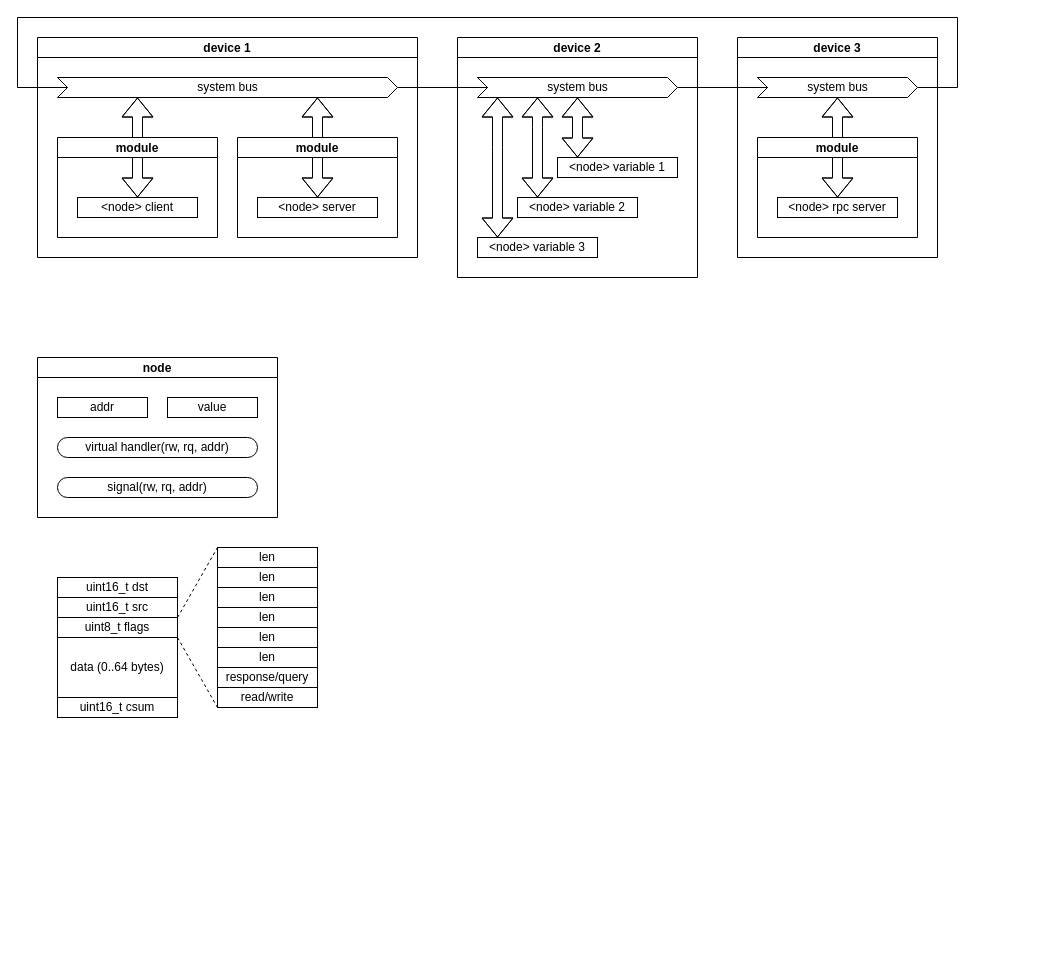
The draw.io diagram page "system bus" (3 of 3) of docs/diagrams_src.drawio in korrmet/ytk, before the edit. Source tidied: cells renumbered, new cells numbered last; positions are measured from the earlier drawing's top-left corner, leaving out a move shared by most shapes. Both pictures are drawn from the tidied source at 100%, with x=0, y=0 at pixel (17, 17).
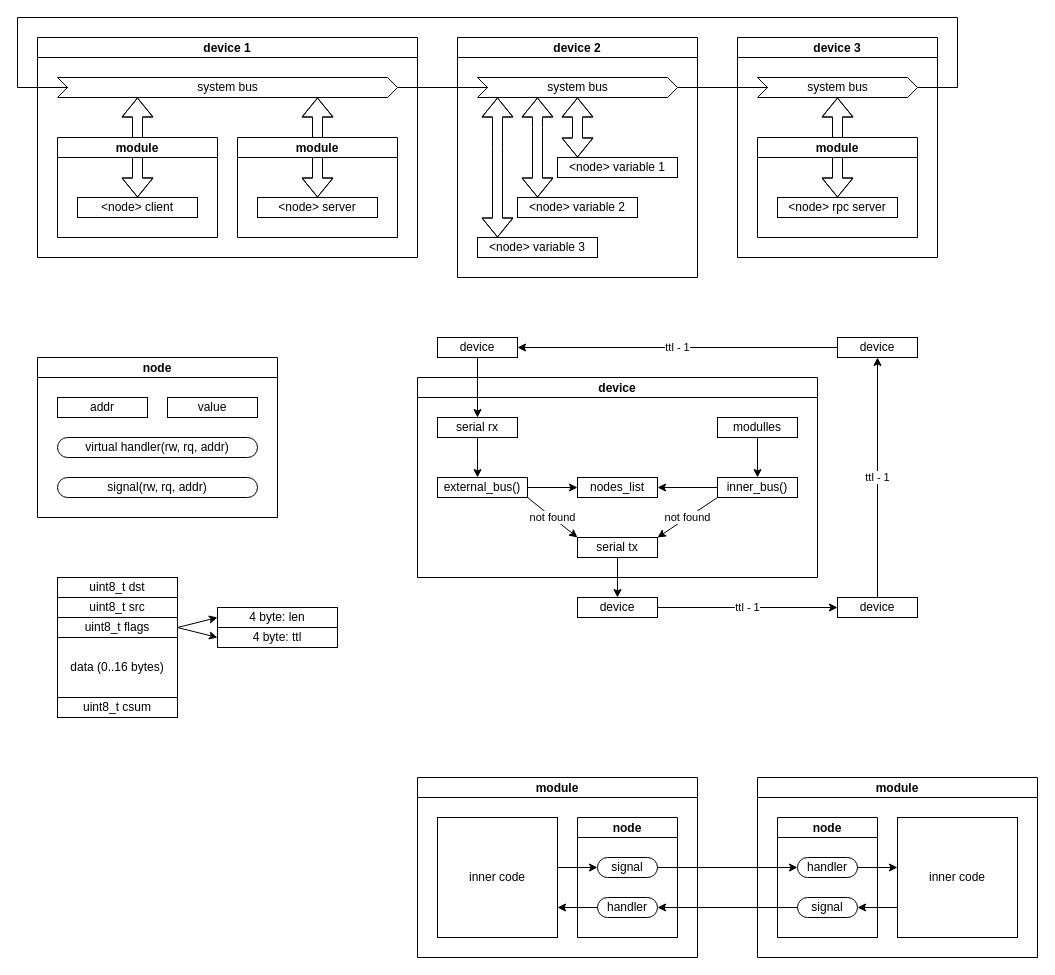
The same diagram, later.

What changed in the source:
```diff
@@
-    <mxCell id="31" value="uint16_t dst" style="rounded=0;whiteSpace=wrap;html=1;fontFamily=Iosevka;" parent="1" vertex="1">
+    <mxCell id="31" value="uint8_t dst" style="rounded=0;whiteSpace=wrap;html=1;fontFamily=Iosevka;" parent="1" vertex="1">
       <mxGeometry x="40" y="560" width="120" height="20" as="geometry" />
     </mxCell>
-    <mxCell id="32" value="uint16_t src" style="rounded=0;whiteSpace=wrap;html=1;fontFamily=Iosevka;" parent="1" vertex="1">
+    <mxCell id="32" value="uint8_t src" style="rounded=0;whiteSpace=wrap;html=1;fontFamily=Iosevka;" parent="1" vertex="1">
       <mxGeometry x="40" y="580" width="120" height="20" as="geometry" />
     </mxCell>
-    <mxCell id="33" value="uint8_t flags" style="rounded=0;whiteSpace=wrap;html=1;fontFamily=Iosevka;" parent="1" vertex="1">
-      <mxGeometry x="40" y="600" width="120" height="20" as="geometry" />
-    </mxCell>
-    <mxCell id="34" value="len" style="rounded=0;whiteSpace=wrap;html=1;fontFamily=Iosevka;" parent="1" vertex="1">
-      <mxGeometry x="200" y="530" width="100" height="20" as="geometry" />
-    </mxCell>
-    <mxCell id="35" value="len" style="rounded=0;whiteSpace=wrap;html=1;fontFamily=Iosevka;" parent="1" vertex="1">
-      <mxGeometry x="200" y="550" width="100" height="20" as="geometry" />
-    </mxCell>
-    <mxCell id="36" value="len" style="rounded=0;whiteSpace=wrap;html=1;fontFamily=Iosevka;" parent="1" vertex="1">
-      <mxGeometry x="200" y="570" width="100" height="20" as="geometry" />
-    </mxCell>
-    <mxCell id="37" value="len" style="rounded=0;whiteSpace=wrap;html=1;fontFamily=Iosevka;" parent="1" vertex="1">
-      <mxGeometry x="200" y="590" width="100" height="20" as="geometry" />
-    </mxCell>
-    <mxCell id="38" value="len" style="rounded=0;whiteSpace=wrap;html=1;fontFamily=Iosevka;" parent="1" vertex="1">
-      <mxGeometry x="200" y="610" width="100" height="20" as="geometry" />
-    </mxCell>
-    <mxCell id="39" value="len" style="rounded=0;whiteSpace=wrap;html=1;fontFamily=Iosevka;" parent="1" vertex="1">
-      <mxGeometry x="200" y="630" width="100" height="20" as="geometry" />
-    </mxCell>
-    <mxCell id="40" value="response/query" style="rounded=0;whiteSpace=wrap;html=1;fontFamily=Iosevka;" parent="1" vertex="1">
-      <mxGeometry x="200" y="650" width="100" height="20" as="geometry" />
-    </mxCell>
-    <mxCell id="41" value="read/write" style="rounded=0;whiteSpace=wrap;html=1;fontFamily=Iosevka;" parent="1" vertex="1">
-      <mxGeometry x="200" y="670" width="100" height="20" as="geometry" />
-    </mxCell>
-    <mxCell id="42" style="endArrow=none;dashed=1;html=1;rounded=0;fontFamily=Iosevka;entryX=0;entryY=0;entryDx=0;entryDy=0;exitX=1;exitY=0;exitDx=0;exitDy=0;" parent="1" edge="1" source="33" target="34">
-      <mxGeometry relative="1" as="geometry" />
-    </mxCell>
-    <mxCell id="43" style="endArrow=none;dashed=1;html=1;rounded=0;fontFamily=Iosevka;entryX=0;entryY=1;entryDx=0;entryDy=0;exitX=1;exitY=1;exitDx=0;exitDy=0;" parent="1" edge="1" source="33" target="41">
-      <mxGeometry relative="1" as="geometry" />
-    </mxCell>
-    <mxCell id="44" value="data (0..64 bytes)" style="rounded=0;whiteSpace=wrap;html=1;fontFamily=Iosevka;" parent="1" vertex="1">
+    <mxCell id="44" value="data (0..16 bytes)" style="rounded=0;whiteSpace=wrap;html=1;fontFamily=Iosevka;" parent="1" vertex="1">
       <mxGeometry x="40" y="620" width="120" height="60" as="geometry" />
     </mxCell>
-    <mxCell id="45" value="uint16_t csum" style="rounded=0;whiteSpace=wrap;html=1;fontFamily=Iosevka;" parent="1" vertex="1">
+    <mxCell id="45" value="uint8_t csum" style="rounded=0;whiteSpace=wrap;html=1;fontFamily=Iosevka;" parent="1" vertex="1">
       <mxGeometry x="40" y="680" width="120" height="20" as="geometry" />
     </mxCell>
+    <mxCell id="46" value="module" style="swimlane;startSize=20;fontFamily=Iosevka;" parent="1" vertex="1">
+      <mxGeometry x="400" y="760" width="280" height="180" as="geometry" />
+    </mxCell>
+    <mxCell id="47" value="node" style="swimlane;startSize=20;fontFamily=Iosevka;" parent="46" vertex="1">
+      <mxGeometry x="160" y="40" width="100" height="120" as="geometry" />
+    </mxCell>
+    <mxCell id="48" value="signal" style="rounded=1;whiteSpace=wrap;html=1;arcSize=50;fontFamily=Iosevka;" parent="47" vertex="1">
+      <mxGeometry x="20" y="40" width="60" height="20" as="geometry" />
+    </mxCell>
+    <mxCell id="49" value="handler" style="rounded=1;whiteSpace=wrap;html=1;arcSize=50;fontFamily=Iosevka;" parent="47" vertex="1">
+      <mxGeometry x="20" y="80" width="60" height="20" as="geometry" />
+    </mxCell>
+    <mxCell id="50" value="inner code" style="rounded=0;whiteSpace=wrap;html=1;fontFamily=Iosevka;" parent="46" vertex="1">
+      <mxGeometry x="20" y="40" width="120" height="120" as="geometry" />
+    </mxCell>
+    <mxCell id="51" style="endArrow=classic;html=1;rounded=0;edgeStyle=elbowEdgeStyle;elbow=vertical;fontFamily=Iosevka;" parent="46" edge="1" source="50" target="48">
+      <mxGeometry relative="1" as="geometry" />
+    </mxCell>
+    <mxCell id="52" style="endArrow=classic;html=1;rounded=0;edgeStyle=elbowEdgeStyle;elbow=vertical;fontFamily=Iosevka;" parent="46" edge="1" source="49" target="50">
+      <mxGeometry relative="1" as="geometry" />
+    </mxCell>
+    <mxCell id="53" value="module" style="swimlane;startSize=20;fontFamily=Iosevka;" parent="1" vertex="1">
+      <mxGeometry x="740" y="760" width="280" height="180" as="geometry" />
+    </mxCell>
+    <mxCell id="54" value="node" style="swimlane;startSize=20;fontFamily=Iosevka;" parent="53" vertex="1">
+      <mxGeometry x="20" y="40" width="100" height="120" as="geometry" />
+    </mxCell>
+    <mxCell id="55" value="signal" style="rounded=1;whiteSpace=wrap;html=1;arcSize=50;fontFamily=Iosevka;" parent="54" vertex="1">
+      <mxGeometry x="20" y="80" width="60" height="20" as="geometry" />
+    </mxCell>
+    <mxCell id="56" value="handler" style="rounded=1;whiteSpace=wrap;html=1;arcSize=50;fontFamily=Iosevka;" parent="54" vertex="1">
+      <mxGeometry x="20" y="40" width="60" height="20" as="geometry" />
+    </mxCell>
+    <mxCell id="57" value="inner code" style="rounded=0;whiteSpace=wrap;html=1;fontFamily=Iosevka;" parent="53" vertex="1">
+      <mxGeometry x="140" y="40" width="120" height="120" as="geometry" />
+    </mxCell>
+    <mxCell id="58" style="endArrow=classic;html=1;rounded=0;edgeStyle=elbowEdgeStyle;elbow=vertical;fontFamily=Iosevka;" parent="53" edge="1" source="57" target="55">
+      <mxGeometry relative="1" as="geometry" />
+    </mxCell>
+    <mxCell id="59" style="endArrow=classic;html=1;rounded=0;edgeStyle=elbowEdgeStyle;elbow=vertical;fontFamily=Iosevka;" parent="53" edge="1" source="56" target="57">
+      <mxGeometry relative="1" as="geometry" />
+    </mxCell>
+    <mxCell id="60" style="endArrow=classic;html=1;rounded=0;fontFamily=Iosevka;" parent="1" edge="1" source="48" target="56">
+      <mxGeometry relative="1" as="geometry" />
+    </mxCell>
+    <mxCell id="61" style="endArrow=classic;html=1;rounded=0;fontFamily=Iosevka;" parent="1" edge="1" source="55" target="49">
+      <mxGeometry relative="1" as="geometry" />
+    </mxCell>
+    <mxCell id="62" value="device" style="swimlane;startSize=20;fontFamily=Iosevka;" parent="1" vertex="1">
+      <mxGeometry x="400" y="360" width="400" height="200" as="geometry" />
+    </mxCell>
+    <mxCell id="63" value="serial rx" style="rounded=0;whiteSpace=wrap;html=1;fontFamily=Iosevka;" parent="62" vertex="1">
+      <mxGeometry x="20" y="40" width="80" height="20" as="geometry" />
+    </mxCell>
+    <mxCell id="64" value="serial tx" style="rounded=0;whiteSpace=wrap;html=1;fontFamily=Iosevka;" parent="62" vertex="1">
+      <mxGeometry x="160" y="160" width="80" height="20" as="geometry" />
+    </mxCell>
+    <mxCell id="65" value="external_bus()" style="rounded=0;whiteSpace=wrap;html=1;fontFamily=Iosevka;" parent="62" vertex="1">
+      <mxGeometry x="20" y="100" width="90" height="20" as="geometry" />
+    </mxCell>
+    <mxCell id="66" value="nodes_list" style="rounded=0;whiteSpace=wrap;html=1;fontFamily=Iosevka;" parent="62" vertex="1">
+      <mxGeometry x="160" y="100" width="80" height="20" as="geometry" />
+    </mxCell>
+    <mxCell id="67" value="inner_bus()" style="rounded=0;whiteSpace=wrap;html=1;fontFamily=Iosevka;" parent="62" vertex="1">
+      <mxGeometry x="300" y="100" width="80" height="20" as="geometry" />
+    </mxCell>
+    <mxCell id="68" value="modulles" style="rounded=0;whiteSpace=wrap;html=1;fontFamily=Iosevka;" parent="62" vertex="1">
+      <mxGeometry x="300" y="40" width="80" height="20" as="geometry" />
+    </mxCell>
+    <mxCell id="69" style="endArrow=classic;html=1;rounded=0;fontFamily=Iosevka;edgeStyle=elbowEdgeStyle;" parent="62" edge="1" source="63" target="65">
+      <mxGeometry relative="1" as="geometry" />
+    </mxCell>
+    <mxCell id="70" style="endArrow=classic;html=1;rounded=0;fontFamily=Iosevka;" parent="62" edge="1" source="65" target="66">
+      <mxGeometry relative="1" as="geometry" />
+    </mxCell>
+    <mxCell id="71" style="endArrow=classic;html=1;rounded=0;fontFamily=Iosevka;" parent="62" edge="1" source="67" target="66">
+      <mxGeometry relative="1" as="geometry" />
+    </mxCell>
+    <mxCell id="72" style="endArrow=classic;html=1;rounded=0;fontFamily=Iosevka;" parent="62" edge="1" source="68" target="67">
+      <mxGeometry relative="1" as="geometry" />
+    </mxCell>
+    <mxCell id="73" value="not found" style="endArrow=classic;html=1;rounded=0;entryX=1;entryY=0;entryDx=0;entryDy=0;exitX=0;exitY=1;exitDx=0;exitDy=0;fontFamily=Iosevka;" parent="62" edge="1" source="67" target="64">
+      <mxGeometry relative="1" as="geometry" />
+    </mxCell>
+    <mxCell id="74" value="not found" style="endArrow=classic;html=1;rounded=0;entryX=0;entryY=0;entryDx=0;entryDy=0;exitX=1;exitY=1;exitDx=0;exitDy=0;fontFamily=Iosevka;" parent="62" edge="1" source="65" target="64">
+      <mxGeometry relative="1" as="geometry" />
+    </mxCell>
+    <mxCell id="75" value="device" style="rounded=0;whiteSpace=wrap;html=1;fontFamily=Iosevka;" parent="1" vertex="1">
+      <mxGeometry x="420" y="320" width="80" height="20" as="geometry" />
+    </mxCell>
+    <mxCell id="76" value="device" style="rounded=0;whiteSpace=wrap;html=1;fontFamily=Iosevka;" parent="1" vertex="1">
+      <mxGeometry x="560" y="580" width="80" height="20" as="geometry" />
+    </mxCell>
+    <mxCell id="77" style="endArrow=classic;html=1;rounded=0;fontFamily=Iosevka;" parent="1" edge="1" source="75" target="63">
+      <mxGeometry relative="1" as="geometry" />
+    </mxCell>
+    <mxCell id="78" style="endArrow=classic;html=1;rounded=0;fontFamily=Iosevka;" parent="1" edge="1" source="64" target="76">
+      <mxGeometry relative="1" as="geometry" />
+    </mxCell>
+    <mxCell id="79" value="device" style="rounded=0;whiteSpace=wrap;html=1;fontFamily=Iosevka;" parent="1" vertex="1">
+      <mxGeometry x="820" y="580" width="80" height="20" as="geometry" />
+    </mxCell>
+    <mxCell id="80" value="device" style="rounded=0;whiteSpace=wrap;html=1;fontFamily=Iosevka;" parent="1" vertex="1">
+      <mxGeometry x="820" y="320" width="80" height="20" as="geometry" />
+    </mxCell>
+    <mxCell id="81" value="ttl - 1" style="endArrow=classic;html=1;rounded=0;fontFamily=Iosevka;" parent="1" edge="1" source="76" target="79">
+      <mxGeometry relative="1" as="geometry" />
+    </mxCell>
+    <mxCell id="82" value="ttl - 1" style="endArrow=classic;html=1;rounded=0;fontFamily=Iosevka;" parent="1" edge="1" source="79" target="80">
+      <mxGeometry relative="1" as="geometry" />
+    </mxCell>
+    <mxCell id="83" value="ttl - 1" style="endArrow=classic;html=1;rounded=0;fontFamily=Iosevka;" parent="1" edge="1" source="80" target="75">
+      <mxGeometry relative="1" as="geometry" />
+    </mxCell>
+    <mxCell id="33" value="uint8_t flags" style="rounded=0;whiteSpace=wrap;html=1;fontFamily=Iosevka;" parent="1" vertex="1">
+      <mxGeometry x="40" y="600" width="120" height="20" as="geometry" />
+    </mxCell>
+    <mxCell id="84" value="4 byte: len" style="rounded=0;whiteSpace=wrap;html=1;fontFamily=Iosevka;" parent="1" vertex="1">
+      <mxGeometry x="200" y="590" width="120" height="20" as="geometry" />
+    </mxCell>
+    <mxCell id="85" value="4 byte: ttl" style="rounded=0;whiteSpace=wrap;html=1;fontFamily=Iosevka;" parent="1" vertex="1">
+      <mxGeometry x="200" y="610" width="120" height="20" as="geometry" />
+    </mxCell>
+    <mxCell id="86" style="endArrow=classic;html=1;rounded=0;elbow=vertical;entryX=0;entryY=0.5;entryDx=0;entryDy=0;fontFamily=Iosevka;" parent="1" edge="1" target="84">
+      <mxGeometry relative="1" as="geometry">
+        <mxPoint x="160" y="610" as="sourcePoint" />
+      </mxGeometry>
+    </mxCell>
+    <mxCell id="87" style="endArrow=classic;html=1;rounded=0;elbow=vertical;exitX=1;exitY=0.5;exitDx=0;exitDy=0;entryX=0;entryY=0.5;entryDx=0;entryDy=0;fontFamily=Iosevka;" parent="1" edge="1" source="33" target="85">
+      <mxGeometry relative="1" as="geometry" />
+    </mxCell>
```
